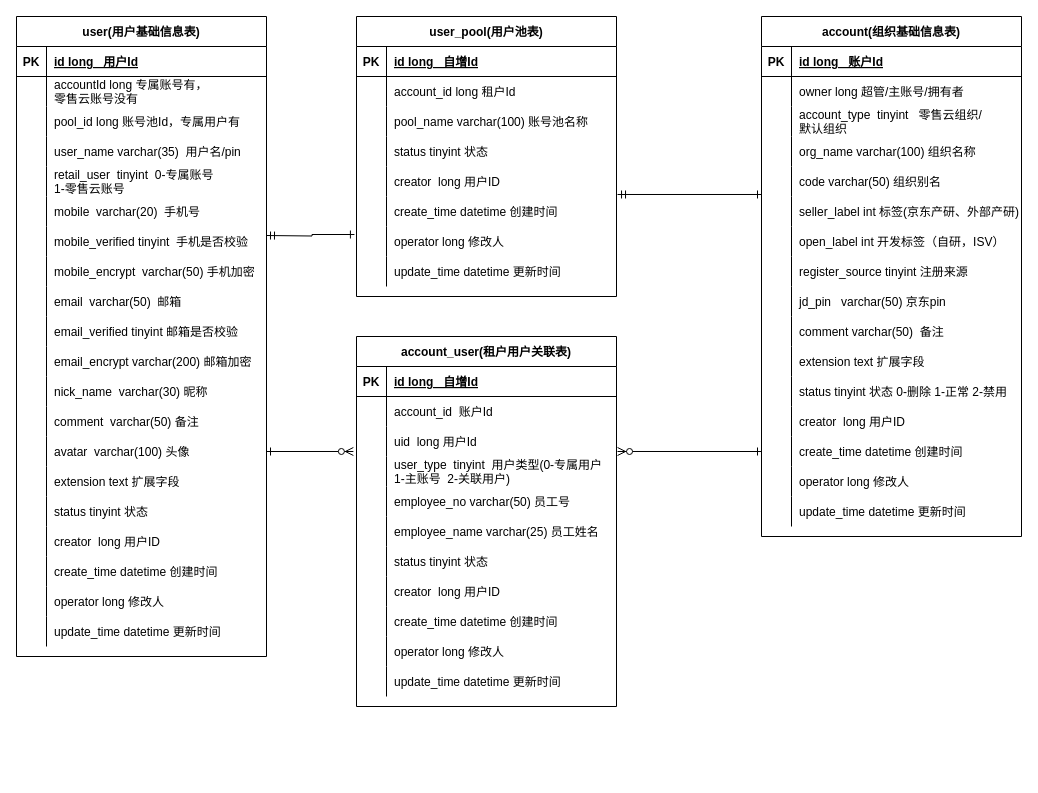
AjaxXu/Diagram keeps this draw.io diagram as page "账号与组织关系" (10 of 14) of idaas.drawio. Above is the earlier version. Source tidied: cells renumbered, new cells numbered last; positions are measured from the earlier drawing's top-left corner, leaving out a move shared by most shapes. Both pictures are drawn from the tidied source at 100%, with x=0, y=0 at pixel (16, 16).
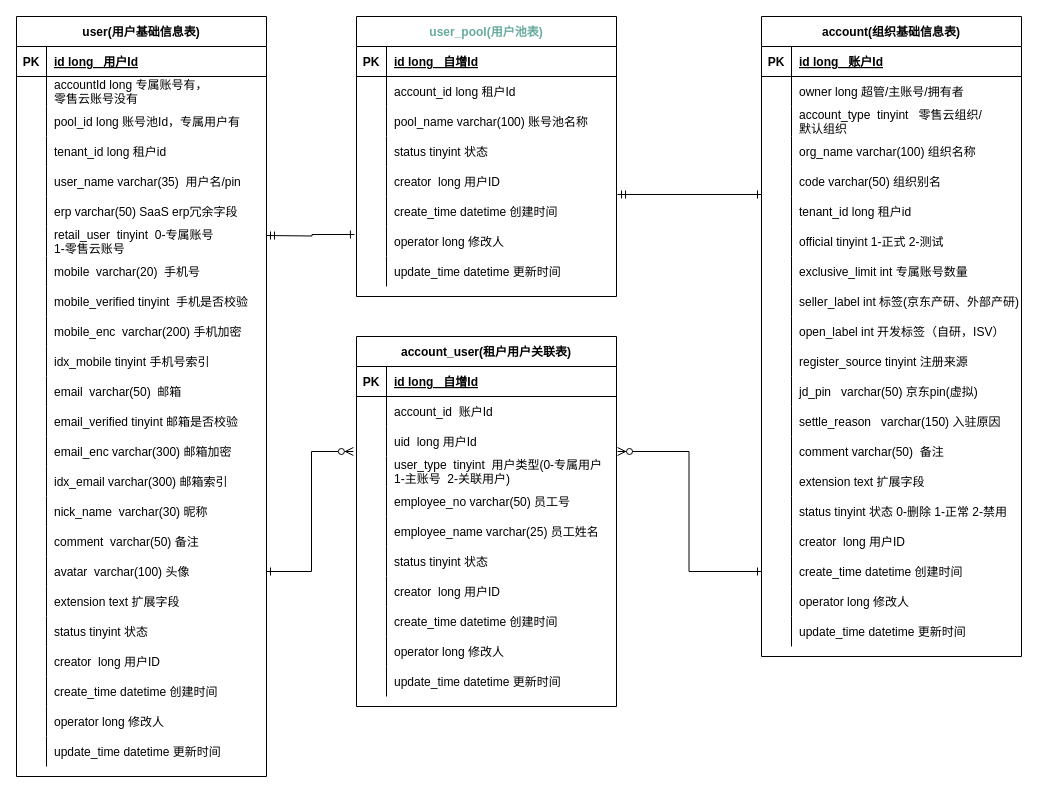
The same page after the edit.

Change to the diagram source:
```diff
@@
     <mxCell id="2" value="account(组织基础信息表)" style="shape=table;startSize=30;childLayout=tableLayout;rowLines=0;fontStyle=1;align=center;" parent="1" vertex="1">
-      <mxGeometry x="745" width="260" height="520" as="geometry" />
+      <mxGeometry x="745" width="260" height="640" as="geometry" />
     </mxCell>
@@
+    <mxCell id="175" style="shape=partialRectangle;fillColor=none;top=0;left=0;right=0;bottom=0;" parent="2" vertex="1">
+      <mxGeometry y="180" width="260" height="30" as="geometry" />
+    </mxCell>
+    <mxCell id="176" style="shape=partialRectangle;overflow=hidden;fillColor=none;top=0;left=0;bottom=0;right=0;" parent="175" vertex="1">
+      <mxGeometry width="30" height="30" as="geometry" />
+    </mxCell>
+    <mxCell id="177" value="tenant_id long 租户id" style="shape=partialRectangle;overflow=hidden;fillColor=none;top=0;left=0;bottom=0;right=0;align=left;spacingLeft=6;" parent="175" vertex="1">
+      <mxGeometry x="30" width="230" height="30" as="geometry" />
+    </mxCell>
+    <mxCell id="178" style="shape=partialRectangle;fillColor=none;top=0;left=0;right=0;bottom=0;" parent="2" vertex="1">
+      <mxGeometry y="210" width="260" height="30" as="geometry" />
+    </mxCell>
+    <mxCell id="179" style="shape=partialRectangle;overflow=hidden;fillColor=none;top=0;left=0;bottom=0;right=0;" parent="178" vertex="1">
+      <mxGeometry width="30" height="30" as="geometry" />
+    </mxCell>
+    <mxCell id="180" value="official tinyint 1-正式 2-测试" style="shape=partialRectangle;overflow=hidden;fillColor=none;top=0;left=0;bottom=0;right=0;align=left;spacingLeft=6;" parent="178" vertex="1">
+      <mxGeometry x="30" width="230" height="30" as="geometry" />
+    </mxCell>
+    <mxCell id="181" style="shape=partialRectangle;fillColor=none;top=0;left=0;right=0;bottom=0;" parent="2" vertex="1">
+      <mxGeometry y="240" width="260" height="30" as="geometry" />
+    </mxCell>
+    <mxCell id="182" style="shape=partialRectangle;overflow=hidden;fillColor=none;top=0;left=0;bottom=0;right=0;" parent="181" vertex="1">
+      <mxGeometry width="30" height="30" as="geometry" />
+    </mxCell>
+    <mxCell id="183" value="exclusive_limit int 专属账号数量" style="shape=partialRectangle;overflow=hidden;fillColor=none;top=0;left=0;bottom=0;right=0;align=left;spacingLeft=6;" parent="181" vertex="1">
+      <mxGeometry x="30" width="230" height="30" as="geometry" />
+    </mxCell>
     <mxCell id="18" style="shape=partialRectangle;fillColor=none;top=0;left=0;right=0;bottom=0;" parent="2" vertex="1">
-      <mxGeometry y="180" width="260" height="30" as="geometry" />
+      <mxGeometry y="270" width="260" height="30" as="geometry" />
     </mxCell>
@@
     <mxCell id="21" style="shape=partialRectangle;fillColor=none;top=0;left=0;right=0;bottom=0;" parent="2" vertex="1">
-      <mxGeometry y="210" width="260" height="30" as="geometry" />
+      <mxGeometry y="300" width="260" height="30" as="geometry" />
     </mxCell>
@@
     <mxCell id="24" style="shape=partialRectangle;fillColor=none;top=0;left=0;right=0;bottom=0;" parent="2" vertex="1">
-      <mxGeometry y="240" width="260" height="30" as="geometry" />
+      <mxGeometry y="330" width="260" height="30" as="geometry" />
     </mxCell>
@@
     <mxCell id="27" style="shape=partialRectangle;fillColor=none;top=0;left=0;right=0;bottom=0;" parent="2" vertex="1">
-      <mxGeometry y="270" width="260" height="30" as="geometry" />
+      <mxGeometry y="360" width="260" height="30" as="geometry" />
     </mxCell>
@@
-    <mxCell id="29" value="jd_pin   varchar(50) 京东pin" style="shape=partialRectangle;overflow=hidden;fillColor=none;top=0;left=0;bottom=0;right=0;align=left;spacingLeft=6;" parent="27" vertex="1">
+    <mxCell id="29" value="jd_pin   varchar(50) 京东pin(虚拟)" style="shape=partialRectangle;overflow=hidden;fillColor=none;top=0;left=0;bottom=0;right=0;align=left;spacingLeft=6;" parent="27" vertex="1">
       <mxGeometry x="30" width="230" height="30" as="geometry" />
     </mxCell>
+    <mxCell id="184" style="shape=partialRectangle;fillColor=none;top=0;left=0;right=0;bottom=0;" parent="2" vertex="1">
+      <mxGeometry y="390" width="260" height="30" as="geometry" />
+    </mxCell>
+    <mxCell id="185" style="shape=partialRectangle;overflow=hidden;fillColor=none;top=0;left=0;bottom=0;right=0;" parent="184" vertex="1">
+      <mxGeometry width="30" height="30" as="geometry" />
+    </mxCell>
+    <mxCell id="186" value="settle_reason   varchar(150) 入驻原因" style="shape=partialRectangle;overflow=hidden;fillColor=none;top=0;left=0;bottom=0;right=0;align=left;spacingLeft=6;" parent="184" vertex="1">
+      <mxGeometry x="30" width="230" height="30" as="geometry" />
+    </mxCell>
     <mxCell id="30" style="shape=partialRectangle;fillColor=none;top=0;left=0;right=0;bottom=0;" parent="2" vertex="1">
-      <mxGeometry y="300" width="260" height="30" as="geometry" />
+      <mxGeometry y="420" width="260" height="30" as="geometry" />
     </mxCell>
@@
     <mxCell id="33" style="shape=partialRectangle;fillColor=none;top=0;left=0;right=0;bottom=0;" parent="2" vertex="1">
-      <mxGeometry y="330" width="260" height="30" as="geometry" />
+      <mxGeometry y="450" width="260" height="30" as="geometry" />
     </mxCell>
@@
     <mxCell id="36" style="shape=partialRectangle;fillColor=none;top=0;left=0;right=0;bottom=0;" parent="2" vertex="1">
-      <mxGeometry y="360" width="260" height="30" as="geometry" />
+      <mxGeometry y="480" width="260" height="30" as="geometry" />
     </mxCell>
@@
     <mxCell id="39" style="shape=partialRectangle;fillColor=none;top=0;left=0;right=0;bottom=0;" parent="2" vertex="1">
-      <mxGeometry y="390" width="260" height="30" as="geometry" />
+      <mxGeometry y="510" width="260" height="30" as="geometry" />
     </mxCell>
@@
     <mxCell id="42" style="shape=partialRectangle;fillColor=none;points=[[0,0.5],[1,0.5]];portConstraint=eastwest;top=0;left=0;right=0;bottom=0;" parent="2" vertex="1">
-      <mxGeometry y="420" width="260" height="30" as="geometry" />
+      <mxGeometry y="540" width="260" height="30" as="geometry" />
     </mxCell>
@@
     <mxCell id="45" style="shape=partialRectangle;fillColor=none;top=0;left=0;right=0;bottom=0;" parent="2" vertex="1">
-      <mxGeometry y="450" width="260" height="30" as="geometry" />
+      <mxGeometry y="570" width="260" height="30" as="geometry" />
     </mxCell>
@@
     <mxCell id="48" style="shape=partialRectangle;fillColor=none;top=0;left=0;right=0;bottom=0;" parent="2" vertex="1">
-      <mxGeometry y="480" width="260" height="30" as="geometry" />
+      <mxGeometry y="600" width="260" height="30" as="geometry" />
     </mxCell>
@@
     <mxCell id="51" value="user(用户基础信息表)" style="shape=table;startSize=30;childLayout=tableLayout;rowLines=0;fontStyle=1;align=center;" parent="1" vertex="1">
-      <mxGeometry width="250" height="640" as="geometry" />
+      <mxGeometry width="250" height="760" as="geometry" />
     </mxCell>
@@
+    <mxCell id="187" style="shape=partialRectangle;fillColor=none;top=0;left=0;right=0;bottom=0;" parent="51" vertex="1">
+      <mxGeometry y="120" width="250" height="30" as="geometry" />
+    </mxCell>
+    <mxCell id="188" style="shape=partialRectangle;overflow=hidden;fillColor=none;top=0;left=0;bottom=0;right=0;" parent="187" vertex="1">
+      <mxGeometry width="30" height="30" as="geometry" />
+    </mxCell>
+    <mxCell id="189" value="tenant_id long 租户id" style="shape=partialRectangle;overflow=hidden;fillColor=none;top=0;left=0;bottom=0;right=0;align=left;spacingLeft=6;" parent="187" vertex="1">
+      <mxGeometry x="30" width="220" height="30" as="geometry" />
+    </mxCell>
     <mxCell id="61" style="shape=partialRectangle;fillColor=none;top=0;left=0;right=0;bottom=0;" parent="51" vertex="1">
-      <mxGeometry y="120" width="250" height="30" as="geometry" />
+      <mxGeometry y="150" width="250" height="30" as="geometry" />
     </mxCell>
@@
+    <mxCell id="190" style="shape=partialRectangle;fillColor=none;top=0;left=0;right=0;bottom=0;" parent="51" vertex="1">
+      <mxGeometry y="180" width="250" height="30" as="geometry" />
+    </mxCell>
+    <mxCell id="191" style="shape=partialRectangle;overflow=hidden;fillColor=none;top=0;left=0;bottom=0;right=0;" parent="190" vertex="1">
+      <mxGeometry width="30" height="30" as="geometry" />
+    </mxCell>
+    <mxCell id="192" value="erp varchar(50) SaaS erp冗余字段" style="shape=partialRectangle;overflow=hidden;fillColor=none;top=0;left=0;bottom=0;right=0;align=left;spacingLeft=6;" parent="190" vertex="1">
+      <mxGeometry x="30" width="220" height="30" as="geometry" />
+    </mxCell>
     <mxCell id="64" style="shape=partialRectangle;fillColor=none;top=0;left=0;right=0;bottom=0;" parent="51" vertex="1">
-      <mxGeometry y="150" width="250" height="30" as="geometry" />
+      <mxGeometry y="210" width="250" height="30" as="geometry" />
     </mxCell>
@@
     <mxCell id="67" style="shape=partialRectangle;fillColor=none;top=0;left=0;right=0;bottom=0;" parent="51" vertex="1">
-      <mxGeometry y="180" width="250" height="30" as="geometry" />
+      <mxGeometry y="240" width="250" height="30" as="geometry" />
     </mxCell>
@@
     <mxCell id="70" style="shape=partialRectangle;fillColor=none;top=0;left=0;right=0;bottom=0;" parent="51" vertex="1">
-      <mxGeometry y="210" width="250" height="30" as="geometry" />
+      <mxGeometry y="270" width="250" height="30" as="geometry" />
     </mxCell>
@@
     <mxCell id="73" style="shape=partialRectangle;fillColor=none;top=0;left=0;right=0;bottom=0;" parent="51" vertex="1">
-      <mxGeometry y="240" width="250" height="30" as="geometry" />
+      <mxGeometry y="300" width="250" height="30" as="geometry" />
     </mxCell>
@@
-    <mxCell id="75" value="mobile_encrypt  varchar(50) 手机加密" style="shape=partialRectangle;overflow=hidden;fillColor=none;top=0;left=0;bottom=0;right=0;align=left;spacingLeft=6;" parent="73" vertex="1">
+    <mxCell id="75" value="mobile_enc  varchar(200) 手机加密" style="shape=partialRectangle;overflow=hidden;fillColor=none;top=0;left=0;bottom=0;right=0;align=left;spacingLeft=6;" parent="73" vertex="1">
       <mxGeometry x="30" width="220" height="30" as="geometry" />
     </mxCell>
+    <mxCell id="193" style="shape=partialRectangle;fillColor=none;top=0;left=0;right=0;bottom=0;" parent="51" vertex="1">
+      <mxGeometry y="330" width="250" height="30" as="geometry" />
+    </mxCell>
+    <mxCell id="194" style="shape=partialRectangle;overflow=hidden;fillColor=none;top=0;left=0;bottom=0;right=0;" parent="193" vertex="1">
+      <mxGeometry width="30" height="30" as="geometry" />
+    </mxCell>
+    <mxCell id="195" value="idx_mobile tinyint 手机号索引" style="shape=partialRectangle;overflow=hidden;fillColor=none;top=0;left=0;bottom=0;right=0;align=left;spacingLeft=6;" parent="193" vertex="1">
+      <mxGeometry x="30" width="220" height="30" as="geometry" />
+    </mxCell>
     <mxCell id="76" style="shape=partialRectangle;fillColor=none;top=0;left=0;right=0;bottom=0;" parent="51" vertex="1">
-      <mxGeometry y="270" width="250" height="30" as="geometry" />
+      <mxGeometry y="360" width="250" height="30" as="geometry" />
     </mxCell>
@@
     <mxCell id="79" style="shape=partialRectangle;fillColor=none;top=0;left=0;right=0;bottom=0;" parent="51" vertex="1">
-      <mxGeometry y="300" width="250" height="30" as="geometry" />
+      <mxGeometry y="390" width="250" height="30" as="geometry" />
     </mxCell>
@@
     <mxCell id="82" style="shape=partialRectangle;fillColor=none;top=0;left=0;right=0;bottom=0;" parent="51" vertex="1">
-      <mxGeometry y="330" width="250" height="30" as="geometry" />
+      <mxGeometry y="420" width="250" height="30" as="geometry" />
     </mxCell>
@@
-    <mxCell id="84" value="email_encrypt varchar(200) 邮箱加密" style="shape=partialRectangle;overflow=hidden;fillColor=none;top=0;left=0;bottom=0;right=0;align=left;spacingLeft=6;" parent="82" vertex="1">
+    <mxCell id="84" value="email_enc varchar(300) 邮箱加密" style="shape=partialRectangle;overflow=hidden;fillColor=none;top=0;left=0;bottom=0;right=0;align=left;spacingLeft=6;" parent="82" vertex="1">
       <mxGeometry x="30" width="220" height="30" as="geometry" />
     </mxCell>
+    <mxCell id="196" style="shape=partialRectangle;fillColor=none;top=0;left=0;right=0;bottom=0;" parent="51" vertex="1">
+      <mxGeometry y="450" width="250" height="30" as="geometry" />
+    </mxCell>
+    <mxCell id="197" style="shape=partialRectangle;overflow=hidden;fillColor=none;top=0;left=0;bottom=0;right=0;" parent="196" vertex="1">
+      <mxGeometry width="30" height="30" as="geometry" />
+    </mxCell>
+    <mxCell id="198" value="idx_email varchar(300) 邮箱索引" style="shape=partialRectangle;overflow=hidden;fillColor=none;top=0;left=0;bottom=0;right=0;align=left;spacingLeft=6;" parent="196" vertex="1">
+      <mxGeometry x="30" width="220" height="30" as="geometry" />
+    </mxCell>
     <mxCell id="85" style="shape=partialRectangle;fillColor=none;top=0;left=0;right=0;bottom=0;" parent="51" vertex="1">
-      <mxGeometry y="360" width="250" height="30" as="geometry" />
+      <mxGeometry y="480" width="250" height="30" as="geometry" />
     </mxCell>
@@
     <mxCell id="88" style="shape=partialRectangle;fillColor=none;top=0;left=0;right=0;bottom=0;" parent="51" vertex="1">
-      <mxGeometry y="390" width="250" height="30" as="geometry" />
+      <mxGeometry y="510" width="250" height="30" as="geometry" />
     </mxCell>
@@
     <mxCell id="91" style="shape=partialRectangle;fillColor=none;points=[[0,0.5],[1,0.5]];portConstraint=eastwest;top=0;left=0;right=0;bottom=0;" parent="51" vertex="1">
-      <mxGeometry y="420" width="250" height="30" as="geometry" />
+      <mxGeometry y="540" width="250" height="30" as="geometry" />
     </mxCell>
@@
     <mxCell id="94" style="shape=partialRectangle;fillColor=none;top=0;left=0;right=0;bottom=0;" parent="51" vertex="1">
-      <mxGeometry y="450" width="250" height="30" as="geometry" />
+      <mxGeometry y="570" width="250" height="30" as="geometry" />
     </mxCell>
@@
     <mxCell id="97" style="shape=partialRectangle;fillColor=none;top=0;left=0;right=0;bottom=0;" parent="51" vertex="1">
-      <mxGeometry y="480" width="250" height="30" as="geometry" />
+      <mxGeometry y="600" width="250" height="30" as="geometry" />
     </mxCell>
@@
     <mxCell id="100" style="shape=partialRectangle;fillColor=none;top=0;left=0;right=0;bottom=0;" parent="51" vertex="1">
-      <mxGeometry y="510" width="250" height="30" as="geometry" />
+      <mxGeometry y="630" width="250" height="30" as="geometry" />
     </mxCell>
@@
     <mxCell id="103" style="shape=partialRectangle;fillColor=none;top=0;left=0;right=0;bottom=0;" parent="51" vertex="1">
-      <mxGeometry y="540" width="250" height="30" as="geometry" />
+      <mxGeometry y="660" width="250" height="30" as="geometry" />
     </mxCell>
@@
     <mxCell id="106" style="shape=partialRectangle;fillColor=none;top=0;left=0;right=0;bottom=0;" parent="51" vertex="1">
-      <mxGeometry y="570" width="250" height="30" as="geometry" />
+      <mxGeometry y="690" width="250" height="30" as="geometry" />
     </mxCell>
@@
     <mxCell id="109" style="shape=partialRectangle;fillColor=none;top=0;left=0;right=0;bottom=0;" parent="51" vertex="1">
-      <mxGeometry y="600" width="250" height="30" as="geometry" />
+      <mxGeometry y="720" width="250" height="30" as="geometry" />
     </mxCell>
@@
-    <mxCell id="148" value="user_pool(用户池表)" style="shape=table;startSize=30;childLayout=tableLayout;rowLines=0;fontStyle=1;align=center;" parent="1" vertex="1">
+    <mxCell id="148" value="user_pool(用户池表)" style="shape=table;startSize=30;childLayout=tableLayout;rowLines=0;fontStyle=1;align=center;fontColor=#67AB9F;" parent="1" vertex="1">
       <mxGeometry x="340" width="260" height="280" as="geometry" />
     </mxCell>
```
